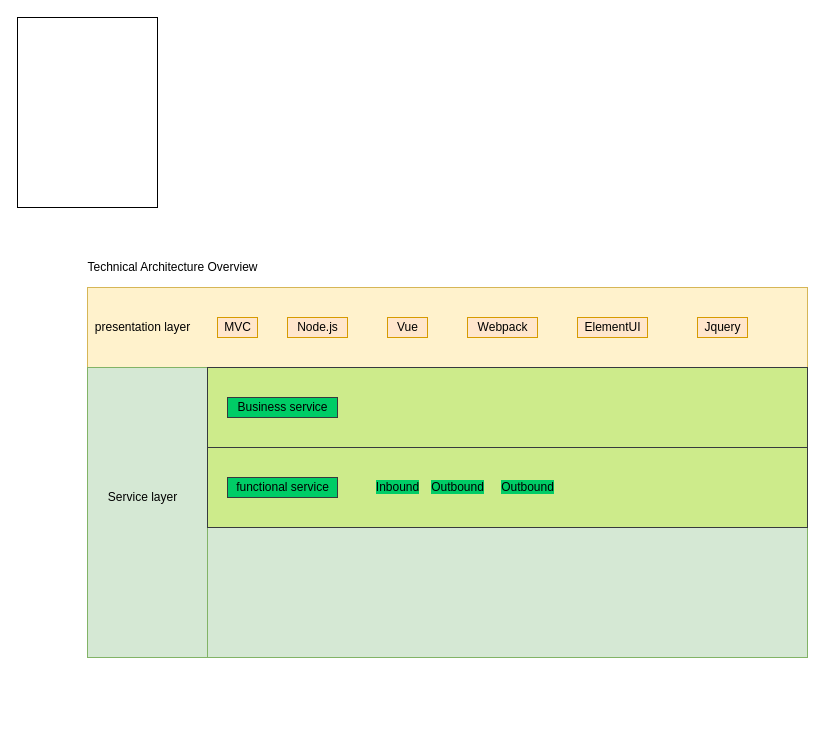
Above: page "architecture overview" (4 of 4) of Untitled Diagram.drawio in xhraymond/frozenui (draw.io), before the change. Source tidied: cells renumbered, new cells numbered last; positions are measured from the earlier drawing's top-left corner, leaving out a move shared by most shapes. Both pictures are drawn from the tidied source at 100%, with x=0, y=0 at pixel (17, 17).
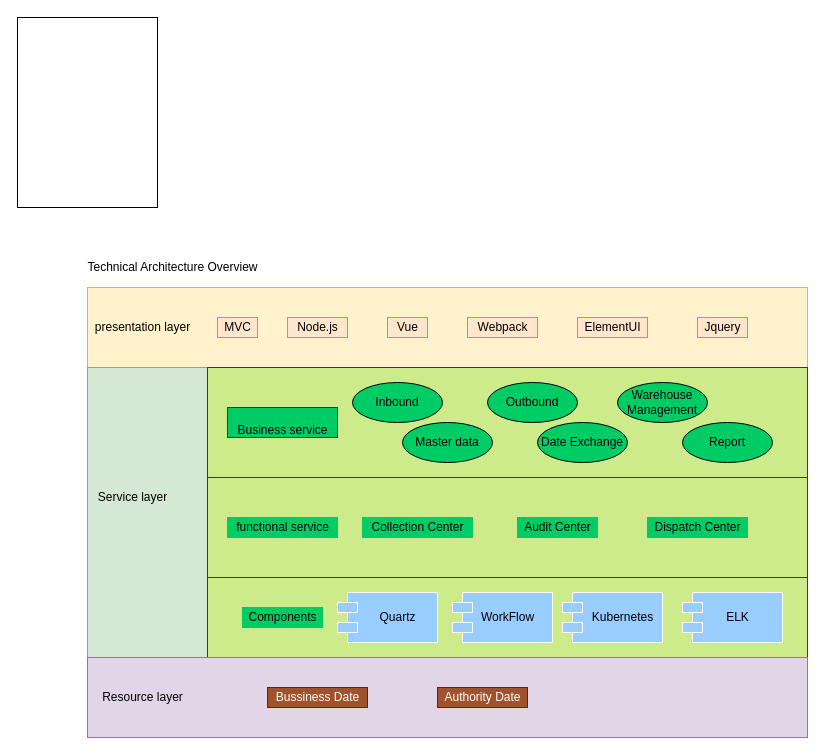
After the change.

What changed in the source:
```diff
@@
     <mxCell id="14" style="rounded=0;whiteSpace=wrap;html=1;fillColor=#cdeb8b;strokeColor=#36393d;" parent="1" vertex="1">
-      <mxGeometry x="190" y="350" width="600" height="80" as="geometry" />
+      <mxGeometry x="190" y="350" width="600" height="110" as="geometry" />
     </mxCell>
     <mxCell id="15" value="Service layer" style="text;html=1;align=center;verticalAlign=middle;strokeColor=none;" parent="1" vertex="1">
-      <mxGeometry x="85" y="470" width="80" height="20" as="geometry" />
+      <mxGeometry x="75" y="470" width="80" height="20" as="geometry" />
     </mxCell>
-    <mxCell id="16" value="Business service" style="text;html=1;align=center;verticalAlign=middle;strokeColor=#36393d;fillColor=#00CC66;" parent="1" vertex="1">
-      <mxGeometry x="210" y="380" width="110" height="20" as="geometry" />
+    <mxCell id="16" value="&lt;br&gt;Business service" style="text;html=1;align=center;verticalAlign=middle;strokeColor=#36393d;fillColor=#00CC66;" parent="1" vertex="1">
+      <mxGeometry x="210" y="390" width="110" height="30" as="geometry" />
     </mxCell>
     <mxCell id="17" style="rounded=0;whiteSpace=wrap;html=1;fillColor=#cdeb8b;strokeColor=#36393d;" parent="1" vertex="1">
-      <mxGeometry x="190" y="430" width="600" height="80" as="geometry" />
+      <mxGeometry x="190" y="460" width="600" height="100" as="geometry" />
     </mxCell>
-    <mxCell id="18" value="functional service" style="text;html=1;align=center;verticalAlign=middle;strokeColor=#36393d;fillColor=#00CC66;" parent="1" vertex="1">
-      <mxGeometry x="210" y="460" width="110" height="20" as="geometry" />
+    <mxCell id="18" value="functional service" style="text;html=1;align=center;verticalAlign=middle;fillColor=#00CC66;strokeColor=#00CC66;" parent="1" vertex="1">
+      <mxGeometry x="210" y="500" width="110" height="20" as="geometry" />
     </mxCell>
+    <mxCell id="22" value="&lt;span style=&quot;&quot;&gt;Collection Center&lt;/span&gt;" style="text;html=1;align=center;verticalAlign=middle;fillColor=#00CC66;strokeColor=#00CC66;" parent="1" vertex="1">
+      <mxGeometry x="345" y="500" width="110" height="20" as="geometry" />
+    </mxCell>
+    <mxCell id="23" value="&lt;span style=&quot;&quot;&gt;Audit Center&lt;/span&gt;" style="text;html=1;align=center;verticalAlign=middle;fillColor=#00CC66;strokeColor=#00CC66;" parent="1" vertex="1">
+      <mxGeometry x="500" y="500" width="80" height="20" as="geometry" />
+    </mxCell>
+    <mxCell id="24" style="rounded=0;whiteSpace=wrap;html=1;fillColor=#cdeb8b;strokeColor=#36393d;" parent="1" vertex="1">
+      <mxGeometry x="190" y="560" width="600" height="80" as="geometry" />
+    </mxCell>
+    <mxCell id="25" value="Components" style="text;html=1;align=center;verticalAlign=middle;fillColor=#00CC66;strokeColor=#00CC66;" parent="1" vertex="1">
+      <mxGeometry x="225" y="590" width="80" height="20" as="geometry" />
+    </mxCell>
+    <mxCell id="26" style="shape=module;align=left;spacingLeft=20;align=center;verticalAlign=top;strokeColor=#FFFFFF;fillColor=#99CCFF;" parent="1" vertex="1">
+      <mxGeometry x="320" y="575" width="100" height="50" as="geometry" />
+    </mxCell>
+    <mxCell id="27" value="Quartz" style="text;html=1;align=center;verticalAlign=middle;strokeColor=none;" parent="1" vertex="1">
+      <mxGeometry x="355" y="590" width="50" height="20" as="geometry" />
+    </mxCell>
+    <mxCell id="28" style="shape=module;align=left;spacingLeft=20;align=center;verticalAlign=top;strokeColor=#FFFFFF;fillColor=#99CCFF;" parent="1" vertex="1">
+      <mxGeometry x="435" y="575" width="100" height="50" as="geometry" />
+    </mxCell>
+    <mxCell id="29" value="WorkFlow" style="text;html=1;align=center;verticalAlign=middle;strokeColor=none;" parent="1" vertex="1">
+      <mxGeometry x="455" y="590" width="70" height="20" as="geometry" />
+    </mxCell>
+    <mxCell id="30" style="shape=module;align=left;spacingLeft=20;align=center;verticalAlign=top;strokeColor=#FFFFFF;fillColor=#99CCFF;" parent="1" vertex="1">
+      <mxGeometry x="545" y="575" width="100" height="50" as="geometry" />
+    </mxCell>
+    <mxCell id="31" value="Kubernetes" style="text;html=1;align=center;verticalAlign=middle;strokeColor=none;" parent="1" vertex="1">
+      <mxGeometry x="565" y="590" width="80" height="20" as="geometry" />
+    </mxCell>
+    <mxCell id="32" style="shape=module;align=left;spacingLeft=20;align=center;verticalAlign=top;strokeColor=#FFFFFF;fillColor=#99CCFF;" parent="1" vertex="1">
+      <mxGeometry x="665" y="575" width="100" height="50" as="geometry" />
+    </mxCell>
+    <mxCell id="33" value="ELK" style="text;html=1;align=center;verticalAlign=middle;strokeColor=none;" parent="1" vertex="1">
+      <mxGeometry x="700" y="590" width="40" height="20" as="geometry" />
+    </mxCell>
+    <mxCell id="34" style="rounded=0;whiteSpace=wrap;html=1;fillColor=#e1d5e7;strokeColor=#9673a6;" parent="1" vertex="1">
+      <mxGeometry x="70" y="640" width="720" height="80" as="geometry" />
+    </mxCell>
+    <mxCell id="35" value="Resource layer" style="text;html=1;align=center;verticalAlign=middle;strokeColor=none;" parent="1" vertex="1">
+      <mxGeometry x="75" y="670" width="100" height="20" as="geometry" />
+    </mxCell>
+    <mxCell id="36" value="Bussiness Date&lt;br&gt;" style="text;html=1;align=center;verticalAlign=middle;strokeColor=#6D1F00;fillColor=#a0522d;fontColor=#ffffff;" parent="1" vertex="1">
+      <mxGeometry x="250" y="670" width="100" height="20" as="geometry" />
+    </mxCell>
+    <mxCell id="37" value="Authority Date" style="text;html=1;align=center;verticalAlign=middle;strokeColor=#6D1F00;fillColor=#a0522d;fontColor=#ffffff;" parent="1" vertex="1">
+      <mxGeometry x="420" y="670" width="90" height="20" as="geometry" />
+    </mxCell>
+    <mxCell id="38" value="&lt;span style=&quot;&quot;&gt;Dispatch Center&lt;/span&gt;" style="text;html=1;align=center;verticalAlign=middle;fillColor=#00CC66;strokeColor=#00CC66;" parent="1" vertex="1">
+      <mxGeometry x="630" y="500" width="100" height="20" as="geometry" />
+    </mxCell>
-    <mxCell id="19" value="&lt;span style=&quot;background-color: rgb(0 , 204 , 102)&quot;&gt;Inbound&lt;/span&gt;" style="text;html=1;align=center;verticalAlign=middle;strokeColor=none;" parent="1" vertex="1">
-      <mxGeometry x="350" y="460" width="60" height="20" as="geometry" />
+    <mxCell id="19" value="Inbound" style="ellipse;whiteSpace=wrap;html=1;fontColor=#000000;fillColor=#00CC66;" parent="1" vertex="1">
+      <mxGeometry x="335" y="365" width="90" height="40" as="geometry" />
     </mxCell>
-    <mxCell id="20" value="&lt;span style=&quot;background-color: rgb(0 , 204 , 102)&quot;&gt;Outbound&lt;/span&gt;" style="text;html=1;align=center;verticalAlign=middle;strokeColor=none;" parent="1" vertex="1">
-      <mxGeometry x="405" y="460" width="70" height="20" as="geometry" />
-    </mxCell>
-    <mxCell id="21" value="&lt;span style=&quot;background-color: rgb(0 , 204 , 102)&quot;&gt;Outbound&lt;/span&gt;" style="text;html=1;align=center;verticalAlign=middle;strokeColor=none;" parent="1" vertex="1">
-      <mxGeometry x="475" y="460" width="70" height="20" as="geometry" />
-    </mxCell>
+    <mxCell id="39" value="&lt;span&gt;Outbound&lt;/span&gt;" style="ellipse;whiteSpace=wrap;html=1;fontColor=#000000;fillColor=#00CC66;" parent="1" vertex="1">
+      <mxGeometry x="470" y="365" width="90" height="40" as="geometry" />
+    </mxCell>
+    <mxCell id="40" value="&lt;span&gt;Warehouse Management&lt;/span&gt;" style="ellipse;whiteSpace=wrap;html=1;fontColor=#000000;fillColor=#00CC66;" parent="1" vertex="1">
+      <mxGeometry x="600" y="365" width="90" height="40" as="geometry" />
+    </mxCell>
+    <mxCell id="41" value="&lt;span&gt;Report&lt;/span&gt;" style="ellipse;whiteSpace=wrap;html=1;fontColor=#000000;fillColor=#00CC66;" parent="1" vertex="1">
+      <mxGeometry x="665" y="405" width="90" height="40" as="geometry" />
+    </mxCell>
+    <mxCell id="42" value="&lt;span&gt;Date Exchange&lt;/span&gt;" style="ellipse;whiteSpace=wrap;html=1;fontColor=#000000;fillColor=#00CC66;" parent="1" vertex="1">
+      <mxGeometry x="520" y="405" width="90" height="40" as="geometry" />
+    </mxCell>
+    <mxCell id="43" value="&lt;span&gt;Master data&lt;/span&gt;" style="ellipse;whiteSpace=wrap;html=1;fontColor=#000000;fillColor=#00CC66;" parent="1" vertex="1">
+      <mxGeometry x="385" y="405" width="90" height="40" as="geometry" />
+    </mxCell>
```
